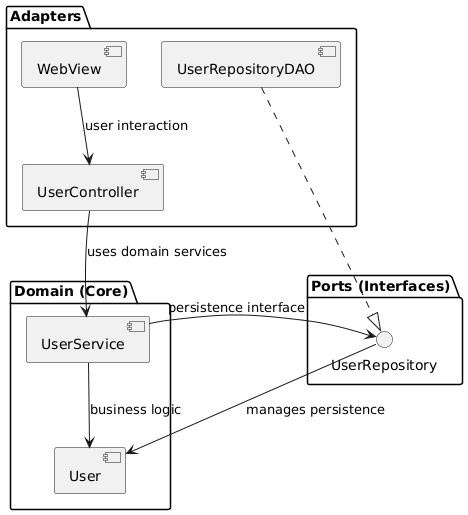
William-Lavoie/BrokerX keeps this PlantUML diagram as documentation/images/component.png. Above is the earlier version. Its diagram source:
```plantuml
@startuml
package "Domain (Core)" {
    [User]
    [UserService]
}

package "Ports (Interfaces)" {
    interface UserRepository
}

package "Adapters" {
    [UserRepositoryDAO]
    [UserController]
    [WebView]
}

[UserController] --> [UserService] : uses domain services
[UserService] --> UserRepository : persistence interface
[UserRepositoryDAO] ..|> UserRepository

[WebView] --> [UserController] : user interaction

[UserService] --> [User] : business logic
UserRepository --> [User] : manages persistence
@enduml
```
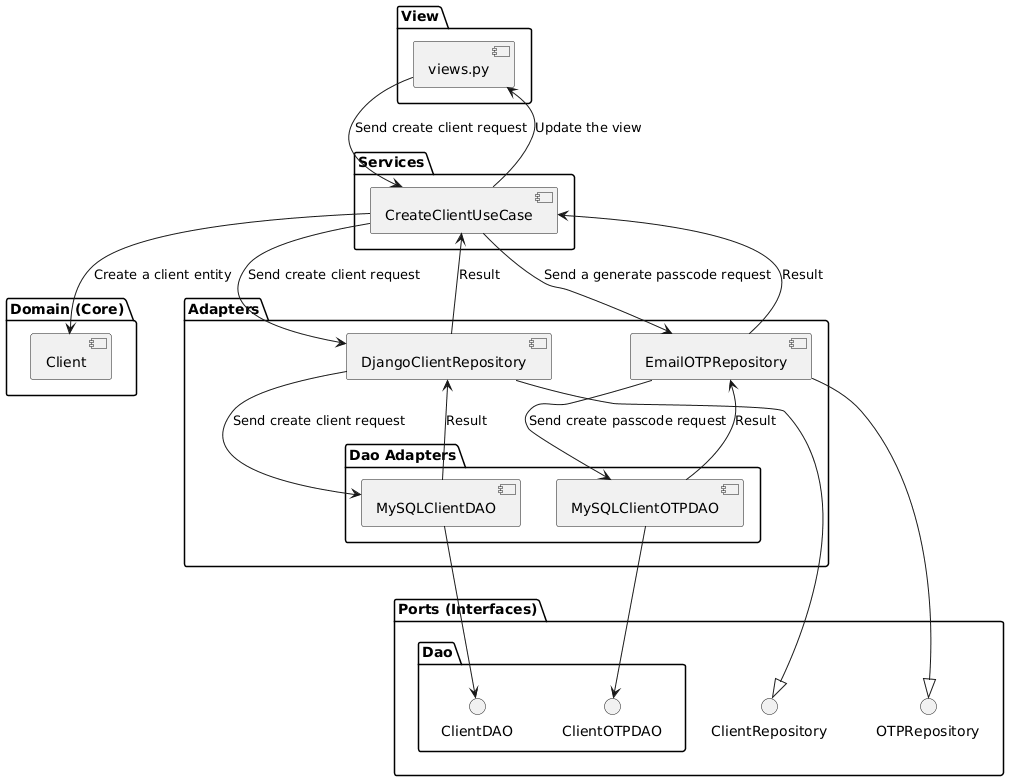
Above is the later version.

What changed in the source:
```diff
@@ -1,25 +1,59 @@
 @startuml
 package "Domain (Core)" {
-    [User]
-    [UserService]
+    [Client]
 }
 
 package "Ports (Interfaces)" {
-    interface UserRepository
+    interface ClientRepository
+    interface OTPRepository
+
+    package "Dao" {
+        interface ClientDAO
+        interface ClientOTPDAO
+    }
+}
+
+
+
+package "View" {
+    [views.py]
 }
 
 package "Adapters" {
-    [UserRepositoryDAO]
-    [UserController]
-    [WebView]
+    [DjangoClientRepository]
+    [EmailOTPRepository]
+
+    package "Dao Adapters" {
+        [MySQLClientDAO]
+        [MySQLClientOTPDAO]
+    }
 }
 
-[UserController] --> [UserService] : uses domain services
-[UserService] --> UserRepository : persistence interface
-[UserRepositoryDAO] ..|> UserRepository
+package "Services" {
+    [CreateClientUseCase]
+}
 
-[WebView] --> [UserController] : user interaction
+[views.py] --> [CreateClientUseCase] : Send create client request
+[views.py] <-- [CreateClientUseCase] : Update the view
 
-[UserService] --> [User] : business logic
-UserRepository --> [User] : manages persistence
+[CreateClientUseCase] --> [DjangoClientRepository] : Send create client request
+[CreateClientUseCase] <-- [DjangoClientRepository] : Result
+
+[CreateClientUseCase] --> [EmailOTPRepository] : Send a generate passcode request
+[CreateClientUseCase] <-- [EmailOTPRepository] : Result
+
+[DjangoClientRepository] --|> [ClientRepository]
+[EmailOTPRepository] --|> [OTPRepository]
+
+[DjangoClientRepository] --> [MySQLClientDAO] : Send create client request
+[DjangoClientRepository] <-- [MySQLClientDAO] : Result
+
+[EmailOTPRepository] --> [MySQLClientOTPDAO] : Send create passcode request
+[EmailOTPRepository] <-- [MySQLClientOTPDAO] : Result
+
+
+[MySQLClientDAO] --> [ClientDAO]
+[MySQLClientOTPDAO] --> [ClientOTPDAO]
+
+[CreateClientUseCase] --> [Client] : Create a client entity
 @enduml
```
